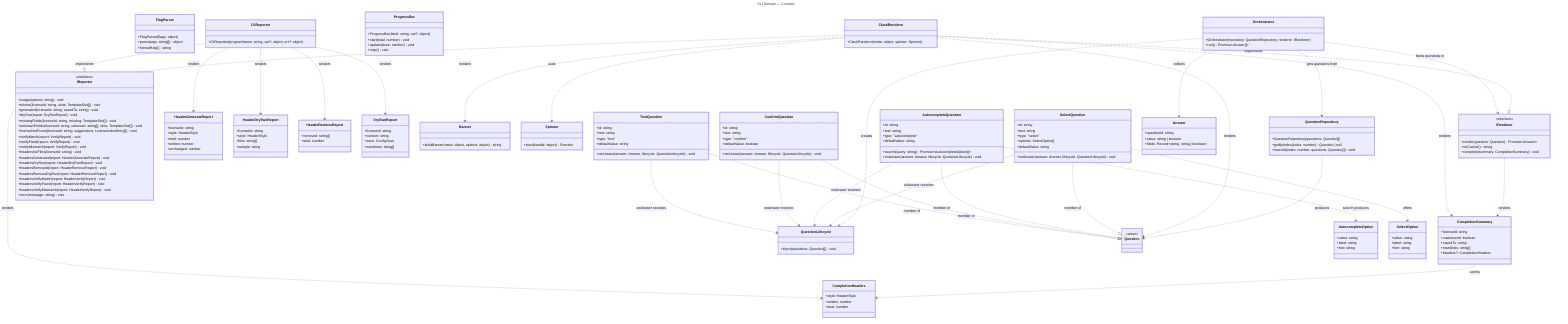
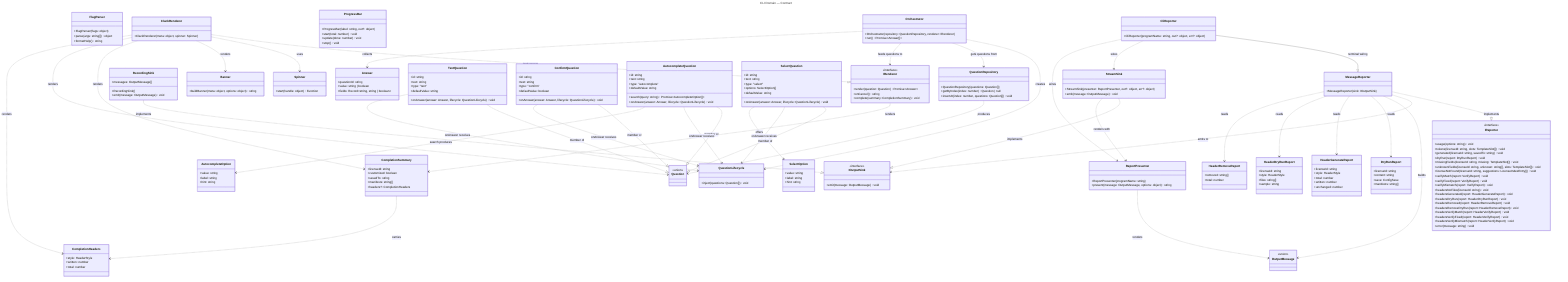
---
title: CLI Domain — Contract
---
classDiagram
  direction TB

  %% Domain: CLI (src/cli)
  %% Focused per-domain view extracted from ../class-diagram.mmd.
  %% Shows ONLY CLI-domain classes and their intra-domain relationships.
  %% Cross-domain relationships (LicenseWizard creates these; CliReporter renders
  %% Licensing/Verify/Headers reports) are intentionally omitted — see
  %% ../class-diagram.mmd for the full picture.
  %%
  %% FlagParser and ProgressBar belong to this domain but have no intra-domain
  %% relationships; they collaborate only with the bootstrap (LicenseWizard).

  class FlagParser {
    +FlagParser(flags: object)
    +parse(args: string[]) object
    +formatHelp() string
  }

  class Orchestrator {
    +Orchestrator(repository: QuestionRepository, renderer: IRenderer)
    +run() Promise~Answer[]~
  }

  class IRenderer {
    <<interface>>
    +render(question: Question) Promise~Answer~
    +onCancel() string
    +complete(summary: CompletionSummary) void
  }

  class CompletionSummary {
    +licenseId: string
    +customized: boolean
    +savedTo: string
    +manifests: string[]
    +headers?: CompletionHeaders
  }

  class CompletionHeaders {
    +style: HeaderStyle
    +written: number
    +total: number
  }

  class ProgressBar {
    +ProgressBar(label: string, out?: object)
    +start(total: number) void
    +update(done: number) void
    +stop() void
  }

  class ClackRenderer {
    +ClackRenderer(meta: object, spinner: Spinner)
  }

  class IReporter {
    <<interface>>
    +usage(options: string) void
    +tokens(licenseId: string, slots: TemplateSlot[]) void
    +generated(licenseId: string, savedTo: string) void
    +dryRun(report: DryRunReport) void
    +missingFields(licenseId: string, missing: TemplateSlot[]) void
    +unknownFields(licenseId: string, unknown: string[], slots: TemplateSlot[]) void
    +licenseNotFound(licenseId: string, suggestions: LicenseIndexEntry[]) void
    +verifyMatch(report: VerifyReport) void
    +verifyFixed(report: VerifyReport) void
    +verifyMismatch(report: VerifyReport) void
    +headersNoFiles(licenseId: string) void
    +headersGenerated(report: HeaderGenerateReport) void
    +headersDryRun(report: HeaderDryRunReport) void
    +headersRemoved(report: HeaderRemoveReport) void
    +headersRemoveDryRun(report: HeaderRemoveReport) void
    +headersVerifyMatch(report: HeaderVerifyReport) void
    +headersVerifyFixed(report: HeaderVerifyReport) void
    +headersVerifyMismatch(report: HeaderVerifyReport) void
    +error(message: string) void
  }

  class HeaderGenerateReport {
    +licenseId: string
    +style: HeaderStyle
    +total: number
    +written: number
    +unchanged: number
  }

  class HeaderDryRunReport {
    +licenseId: string
    +style: HeaderStyle
    +files: string[]
    +sample: string
  }

  class HeaderRemoveReport {
    +removed: string[]
    +total: number
  }

  class DryRunReport {
    +licenseId: string
    +content: string
    +save: ConfigSave
    +manifests: string[]
  }

+   class MessageReporter {
+     +MessageReporter(sink: IOutputSink)
+   }
+ 
  class CliReporter {
    +CliReporter(programName: string, out?: object, err?: object)
+   }
+ 
+   class IOutputSink {
+     <<interface>>
+     +emit(message: OutputMessage) void
+   }
+ 
+   class StreamSink {
+     +StreamSink(presenter: ReportPresenter, out?: object, err?: object)
+     +emit(message: OutputMessage) void
+   }
+ 
+   class RecordingSink {
+     +RecordingSink()
+     +emit(message: OutputMessage) void
+     +messages: OutputMessage[]
+   }
+ 
+   class ReportPresenter {
+     +ReportPresenter(programName: string)
+     +present(message: OutputMessage, options: object) string
+   }
+ 
+   class OutputMessage {
+     <<union>>
  }

  class Banner {
    +buildBanner(meta: object, options: object) string
  }

  class Spinner {
    +start(handle: object) Function
  }

  class QuestionRepository {
    +QuestionRepository(questions: Question[])
    +getByIndex(index: number) Question | null
    +insertAt(index: number, questions: Question[]) void
  }

  class QuestionLifecycle {
    +inject(questions: Question[]) void
  }

  class Question {
    <<union>>
  }

  class TextQuestion {
    +id: string
    +text: string
    +type: "text"
    +defaultValue: string
    +onAnswer(answer: Answer, lifecycle: QuestionLifecycle) void
  }

  class ConfirmQuestion {
    +id: string
    +text: string
    +type: "confirm"
    +defaultValue: boolean
    +onAnswer(answer: Answer, lifecycle: QuestionLifecycle) void
  }

  class AutocompleteQuestion {
    +id: string
    +text: string
    +type: "autocomplete"
    +defaultValue: string
    +search(query: string) Promise~AutocompleteOption[]~
    +onAnswer(answer: Answer, lifecycle: QuestionLifecycle) void
  }

  class AutocompleteOption {
    +value: string
    +label: string
    +hint: string
  }

  class SelectQuestion {
    +id: string
    +text: string
    +type: "select"
    +options: SelectOption[]
    +defaultValue: string
    +onAnswer(answer: Answer, lifecycle: QuestionLifecycle) void
  }

  class SelectOption {
    +value: string
    +label: string
    +hint: string
  }

  class Answer {
    +questionId: string
    +value: string | boolean
    +fields: Record~string, string | boolean~
  }

  TextQuestion ..|> Question : member of
  ConfirmQuestion ..|> Question : member of
  AutocompleteQuestion ..|> Question : member of
  SelectQuestion ..|> Question : member of
  TextQuestion ..> QuestionLifecycle : onAnswer receives
  ConfirmQuestion ..> QuestionLifecycle : onAnswer receives
  AutocompleteQuestion ..> QuestionLifecycle : onAnswer receives
  SelectQuestion ..> QuestionLifecycle : onAnswer receives
  SelectQuestion ..> SelectOption : offers
  Orchestrator ..> QuestionLifecycle : creates
  Orchestrator ..> QuestionRepository : gets questions from
  Orchestrator ..> IRenderer : feeds questions to
  Orchestrator ..> Answer : collects
  ClackRenderer ..|> IRenderer : implements
  ClackRenderer ..> Spinner : uses
  ClackRenderer ..> Banner : renders
  ClackRenderer ..> CompletionSummary : renders
  ClackRenderer ..> Question : renders
  ClackRenderer ..> CompletionHeaders : renders
  IRenderer ..> CompletionSummary : renders
  CompletionSummary ..> CompletionHeaders : carries
-   CliReporter ..|> IReporter : implements
-   CliReporter ..> DryRunReport : renders
-   CliReporter ..> HeaderGenerateReport : renders
-   CliReporter ..> HeaderDryRunReport : renders
-   CliReporter ..> HeaderRemoveReport : renders
+   MessageReporter ..|> IReporter : implements
+   CliReporter --|> MessageReporter : terminal wiring
+   MessageReporter ..> IOutputSink : emits to
+   MessageReporter ..> OutputMessage : builds
+   MessageReporter ..> DryRunReport : reads
+   MessageReporter ..> HeaderGenerateReport : reads
+   MessageReporter ..> HeaderDryRunReport : reads
+   MessageReporter ..> HeaderRemoveReport : reads
+   StreamSink ..|> IOutputSink : implements
+   RecordingSink ..|> IOutputSink : implements
+   StreamSink ..> ReportPresenter : renders with
+   ReportPresenter ..> OutputMessage : renders
+   CliReporter ..> StreamSink : wires
+   CliReporter ..> ReportPresenter : wires
  QuestionRepository ..> Question : produces
  AutocompleteQuestion ..> AutocompleteOption : search produces
